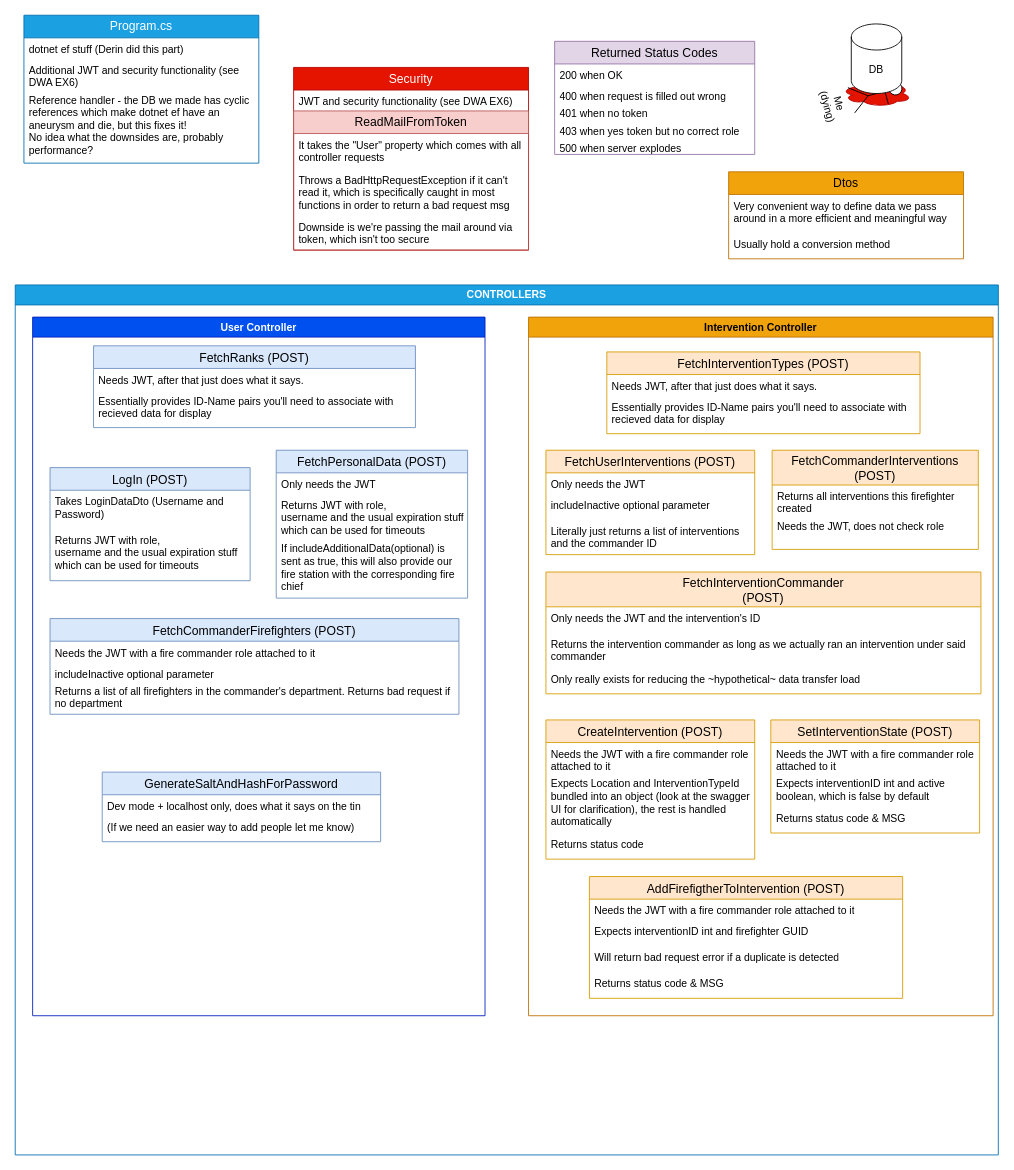
This is API/API_MAP.drawio from Team561/FIS-API, a draw.io file, before an edit. Source tidied: cells renumbered, new cells numbered last; positions are measured from the earlier drawing's top-left corner, leaving out a move shared by most shapes. Both pictures are drawn from the tidied source at 87%, with x=0, y=0 at pixel (15, 15).
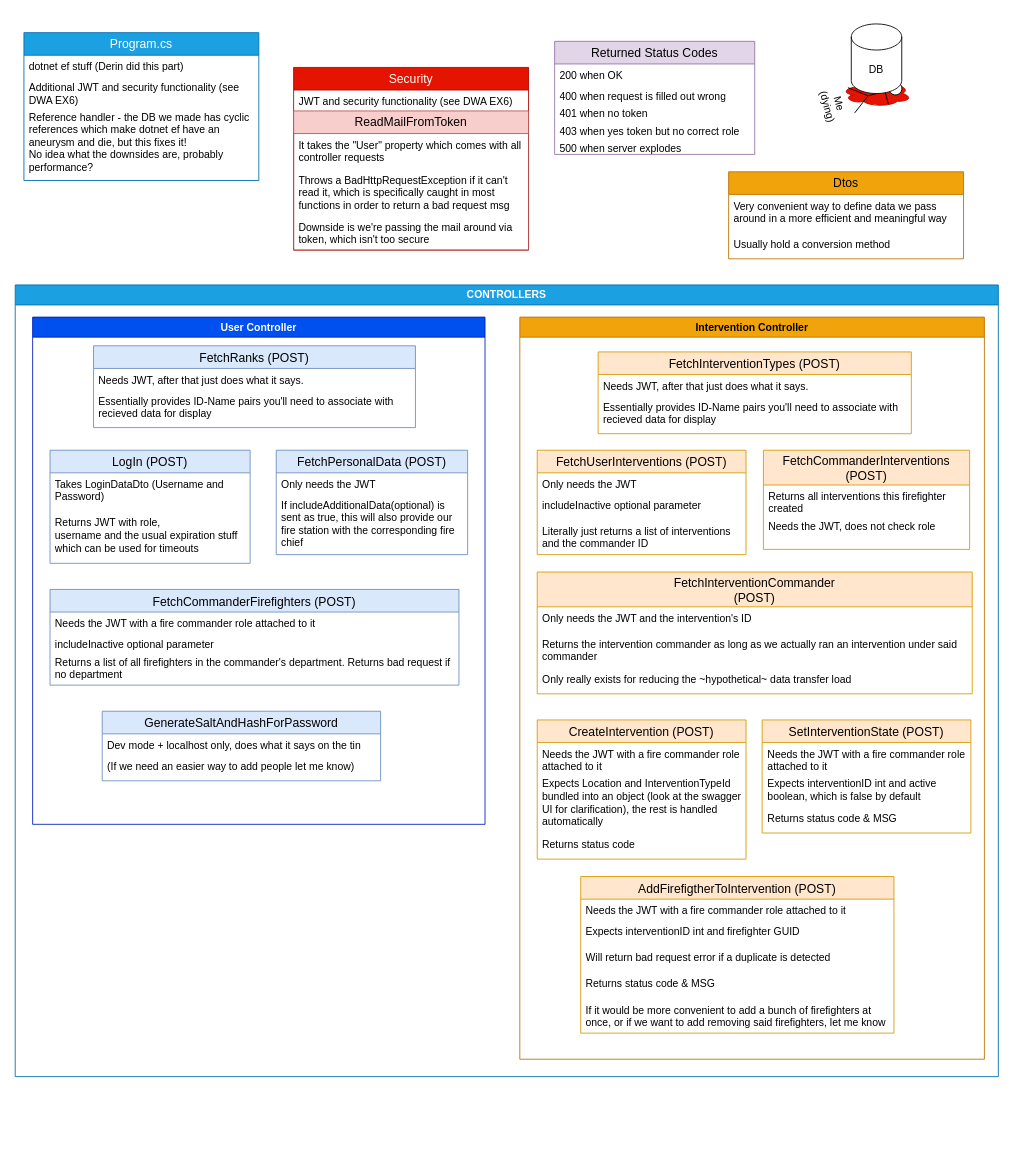
The same diagram, later.

Commit message (it also covers changes not shown here):
Cleanup and minor touchups

Diff of the diagram source:
```diff
@@
     <mxCell id="5" value="Program.cs" style="swimlane;fontStyle=0;horizontal=1;startSize=26;align=center;fontSize=14;whiteSpace=wrap;fillColor=#1ba1e2;strokeColor=#006EAF;fontColor=#ffffff;" parent="1" vertex="1">
-      <mxGeometry x="10" width="270" height="170" as="geometry" />
+      <mxGeometry x="10" y="20" width="270" height="170" as="geometry" />
     </mxCell>
@@
     <mxCell id="18" value="CONTROLLERS" style="swimlane;whiteSpace=wrap;html=1;fillColor=#1ba1e2;strokeColor=#006EAF;fontColor=#ffffff;" parent="1" vertex="1">
-      <mxGeometry y="310" width="1130" height="1000" as="geometry" />
+      <mxGeometry y="310" width="1130" height="910" as="geometry" />
     </mxCell>
     <mxCell id="19" value="Intervention Controller" style="swimlane;whiteSpace=wrap;html=1;fillColor=#f0a30a;strokeColor=#BD7000;fontColor=#000000;" parent="18" vertex="1">
-      <mxGeometry x="590" y="37" width="534" height="803" as="geometry" />
+      <mxGeometry x="580" y="37" width="534" height="853" as="geometry" />
     </mxCell>
@@
     <mxCell id="42" value="AddFirefigtherToIntervention (POST)" style="swimlane;fontStyle=0;horizontal=1;startSize=26;align=center;fontSize=14;fillColor=#ffe6cc;strokeColor=#d79b00;" parent="19" vertex="1">
-      <mxGeometry x="70" y="643" width="360" height="140" as="geometry" />
+      <mxGeometry x="70" y="643" width="360" height="180" as="geometry" />
     </mxCell>
@@
+    <mxCell id="71" value="If it would be more convenient to add a bunch of firefighters at once, or if we want to add removing said firefighters, let me know" style="text;strokeColor=none;fillColor=none;spacingLeft=4;spacingRight=4;overflow=hidden;fontSize=12;whiteSpace=wrap;" parent="42" vertex="1">
+      <mxGeometry y="140" width="360" height="40" as="geometry" />
+    </mxCell>
     <mxCell id="47" value="User Controller" style="swimlane;whiteSpace=wrap;html=1;fillColor=#0050ef;strokeColor=#001DBC;fontColor=#ffffff;" parent="18" vertex="1">
-      <mxGeometry x="20" y="37" width="520" height="803" as="geometry" />
+      <mxGeometry x="20" y="37" width="520" height="583" as="geometry" />
     </mxCell>
     <mxCell id="48" value="LogIn (POST)" style="swimlane;fontStyle=0;horizontal=1;startSize=26;align=center;fontSize=14;fillColor=#dae8fc;strokeColor=#6c8ebf;" parent="47" vertex="1">
-      <mxGeometry x="20" y="173" width="230" height="130" as="geometry" />
+      <mxGeometry x="20" y="153" width="230" height="130" as="geometry" />
     </mxCell>
@@
     <mxCell id="51" value="FetchPersonalData (POST)" style="swimlane;fontStyle=0;horizontal=1;startSize=26;align=center;fontSize=14;fillColor=#dae8fc;strokeColor=#6c8ebf;" parent="47" vertex="1">
-      <mxGeometry x="280" y="153" width="220" height="170" as="geometry" />
+      <mxGeometry x="280" y="153" width="220" height="120" as="geometry" />
     </mxCell>
@@
-    <mxCell id="53" value="Returns JWT with role,&#10;username and the usual expiration stuff which can be used for timeouts" style="text;strokeColor=none;fillColor=none;spacingLeft=4;spacingRight=4;overflow=hidden;fontSize=12;whiteSpace=wrap;" parent="51" vertex="1">
-      <mxGeometry y="50" width="220" height="50" as="geometry" />
-    </mxCell>
     <mxCell id="54" value="If includeAdditionalData(optional) is sent as true, this will also provide our fire station with the corresponding fire chief" style="text;strokeColor=none;fillColor=none;spacingLeft=4;spacingRight=4;overflow=hidden;fontSize=12;whiteSpace=wrap;" parent="51" vertex="1">
-      <mxGeometry y="100" width="220" height="70" as="geometry" />
+      <mxGeometry y="50" width="220" height="70" as="geometry" />
     </mxCell>
     <mxCell id="55" value="GenerateSaltAndHashForPassword" style="swimlane;fontStyle=0;horizontal=1;startSize=26;align=center;fontSize=14;fillColor=#dae8fc;strokeColor=#6c8ebf;" parent="47" vertex="1">
-      <mxGeometry x="80" y="523" width="320" height="80" as="geometry" />
+      <mxGeometry x="80" y="453" width="320" height="80" as="geometry" />
     </mxCell>
@@
     <mxCell id="61" value="FetchCommanderFirefighters (POST)" style="swimlane;fontStyle=0;horizontal=1;startSize=26;align=center;fontSize=14;fillColor=#dae8fc;strokeColor=#6c8ebf;" parent="47" vertex="1">
-      <mxGeometry x="20" y="346.5" width="470" height="110" as="geometry" />
+      <mxGeometry x="20" y="313" width="470" height="110" as="geometry" />
     </mxCell>
```
